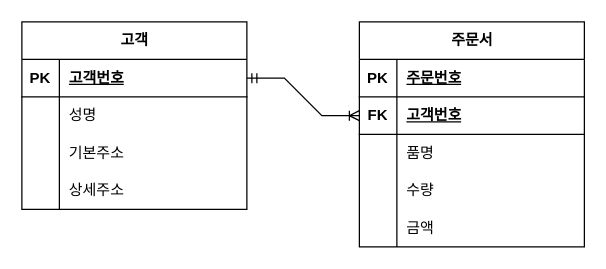
Before: page "논리모델링2" (3 of 3) of 제목 없는 다이어그램.drawio in Robert0623/erd_24.10.25, a draw.io diagram. Source tidied: cells renumbered, new cells numbered last; positions are measured from the earlier drawing's top-left corner, leaving out a move shared by most shapes. Both pictures are drawn from the tidied source at 125%, with x=0, y=0 at pixel (21, 21).
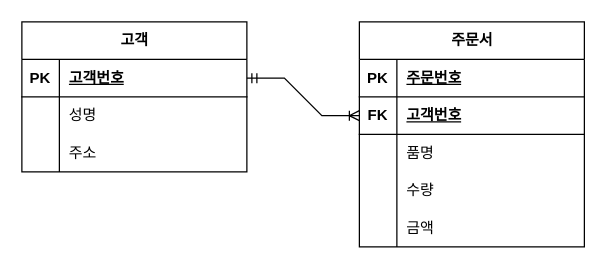
The same page after the edit.

Commit message:
제목 없는 다이어그램.drawio 업데이트

Change to the diagram source:
```diff
@@
     <mxCell id="2" value="고객" style="shape=table;startSize=30;childLayout=tableLayout;rowLines=0;fontStyle=1;align=center;html=1;" parent="1" vertex="1">
-      <mxGeometry width="180" height="150" as="geometry" />
+      <mxGeometry width="180" height="120" as="geometry" />
     </mxCell>
@@
-    <mxCell id="9" style="shape=tableRow;horizontal=0;startSize=0;swimlaneHead=0;swimlaneBody=0;fillColor=none;top=0;left=0;right=0;bottom=0;" parent="2" vertex="1">
-      <mxGeometry y="90" width="180" height="30" as="geometry" />
-    </mxCell>
-    <mxCell id="10" style="shape=partialRectangle;fillColor=none;top=0;left=0;bottom=0;right=0;overflow=hidden;whiteSpace=wrap;html=1;" parent="9" vertex="1">
-      <mxGeometry width="30" height="30" as="geometry" />
-    </mxCell>
-    <mxCell id="11" value="기본주소" style="shape=partialRectangle;fillColor=none;top=0;left=0;bottom=0;right=0;align=left;spacingLeft=6;overflow=hidden;whiteSpace=wrap;html=1;" parent="9" vertex="1">
-      <mxGeometry x="30" width="150" height="30" as="geometry" />
-    </mxCell>
     <mxCell id="12" style="shape=tableRow;horizontal=0;startSize=0;swimlaneHead=0;swimlaneBody=0;fillColor=none;top=0;left=0;right=0;bottom=0;" parent="2" vertex="1">
-      <mxGeometry y="120" width="180" height="30" as="geometry" />
+      <mxGeometry y="90" width="180" height="30" as="geometry" />
     </mxCell>
@@
-    <mxCell id="14" value="상세주소" style="shape=partialRectangle;fillColor=none;top=0;left=0;bottom=0;right=0;align=left;spacingLeft=6;overflow=hidden;whiteSpace=wrap;html=1;" parent="12" vertex="1">
+    <mxCell id="14" value="주소" style="shape=partialRectangle;fillColor=none;top=0;left=0;bottom=0;right=0;align=left;spacingLeft=6;overflow=hidden;whiteSpace=wrap;html=1;" parent="12" vertex="1">
       <mxGeometry x="30" width="150" height="30" as="geometry" />
     </mxCell>
```
